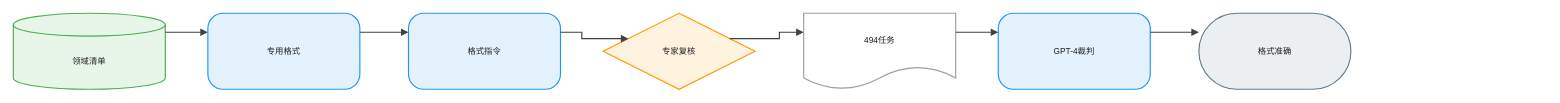
The draw.io diagram client/public/drawio/FOFO/FOFO.zh.drawio in joe1chief/benchmark-hub, before the edit. Source tidied: cells renumbered, new cells numbered last; positions are measured from the earlier drawing's top-left corner, leaving out a move shared by most shapes. Both pictures are drawn from the tidied source at 76%, with x=0, y=0 at pixel (13, 13).
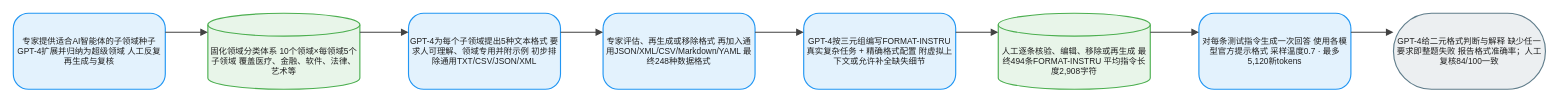
After the change.

Diff of the diagram source:
```diff
@@
 <mxGraphModel background="#FFFFFF">
   <root>
     <mxCell id="0" />
     <mxCell id="1" parent="0" />
-    <mxCell id="2" value="领域清单" style="shape=cylinder3;boundedLbl=1;backgroundOutline=1;size=15;html=1;whiteSpace=wrap;fillColor=#E8F5E9;strokeColor=#4CAF50;strokeWidth=1.5;fontColor=#212121;fontSize=11;fontFamily=Arial, Helvetica, sans-serif;verticalAlign=middle;align=center;" parent="1" vertex="1">
+    <mxCell id="2" value="专家提供适合AI智能体的子领域种子 GPT-4扩展并归纳为超级领域 人工反复再生成与复核" style="rounded=1;arcSize=20;html=1;whiteSpace=wrap;fillColor=#E3F2FD;strokeColor=#2196F3;strokeWidth=1.5;fontColor=#212121;fontSize=11;fontFamily=Arial, Helvetica, sans-serif;verticalAlign=middle;align=center;" parent="1" vertex="1">
       <mxGeometry width="200" height="100" as="geometry" />
     </mxCell>
-    <mxCell id="3" value="专用格式" style="rounded=1;arcSize=20;html=1;whiteSpace=wrap;fillColor=#E3F2FD;strokeColor=#2196F3;strokeWidth=1.5;fontColor=#212121;fontSize=11;fontFamily=Arial, Helvetica, sans-serif;verticalAlign=middle;align=center;" parent="1" vertex="1">
+    <mxCell id="3" value="固化领域分类体系 10个领域×每领域5个子领域 覆盖医疗、金融、软件、法律、艺术等" style="shape=cylinder3;boundedLbl=1;backgroundOutline=1;size=15;html=1;whiteSpace=wrap;fillColor=#E8F5E9;strokeColor=#4CAF50;strokeWidth=1.5;fontColor=#212121;fontSize=11;fontFamily=Arial, Helvetica, sans-serif;verticalAlign=middle;align=center;" parent="1" vertex="1">
       <mxGeometry x="256" width="200" height="100" as="geometry" />
     </mxCell>
-    <mxCell id="4" value="格式指令" style="rounded=1;arcSize=20;html=1;whiteSpace=wrap;fillColor=#E3F2FD;strokeColor=#2196F3;strokeWidth=1.5;fontColor=#212121;fontSize=11;fontFamily=Arial, Helvetica, sans-serif;verticalAlign=middle;align=center;" parent="1" vertex="1">
+    <mxCell id="4" value="GPT-4为每个子领域提出5种文本格式 要求人可理解、领域专用并附示例 初步排除通用TXT/CSV/JSON/XML" style="rounded=1;arcSize=20;html=1;whiteSpace=wrap;fillColor=#E3F2FD;strokeColor=#2196F3;strokeWidth=1.5;fontColor=#212121;fontSize=11;fontFamily=Arial, Helvetica, sans-serif;verticalAlign=middle;align=center;" parent="1" vertex="1">
       <mxGeometry x="520" width="200" height="100" as="geometry" />
     </mxCell>
-    <mxCell id="5" value="专家复核" style="rhombus;html=1;whiteSpace=wrap;fillColor=#FFF3E0;strokeColor=#FF9800;strokeWidth=1.5;fontColor=#212121;fontSize=11;fontFamily=Arial, Helvetica, sans-serif;verticalAlign=middle;align=center;" parent="1" vertex="1">
+    <mxCell id="5" value="专家评估、再生成或移除格式 再加入通用JSON/XML/CSV/Markdown/YAML 最终248种数据格式" style="rounded=1;arcSize=20;html=1;whiteSpace=wrap;fillColor=#E3F2FD;strokeColor=#2196F3;strokeWidth=1.5;fontColor=#212121;fontSize=11;fontFamily=Arial, Helvetica, sans-serif;verticalAlign=middle;align=center;" parent="1" vertex="1">
       <mxGeometry x="776" width="200" height="100" as="geometry" />
     </mxCell>
-    <mxCell id="6" value="494任务" style="shape=document;boundedLbl=1;html=1;whiteSpace=wrap;fillColor=#FFFFFF;strokeColor=#9E9E9E;strokeWidth=1.5;fontColor=#212121;fontSize=11;fontFamily=Arial, Helvetica, sans-serif;verticalAlign=middle;align=center;" parent="1" vertex="1">
+    <mxCell id="6" value="GPT-4按三元组编写FORMAT-INSTRU 真实复杂任务 + 精确格式配置 附虚拟上下文或允许补全缺失细节" style="rounded=1;arcSize=20;html=1;whiteSpace=wrap;fillColor=#E3F2FD;strokeColor=#2196F3;strokeWidth=1.5;fontColor=#212121;fontSize=11;fontFamily=Arial, Helvetica, sans-serif;verticalAlign=middle;align=center;" parent="1" vertex="1">
       <mxGeometry x="1040" width="200" height="100" as="geometry" />
     </mxCell>
-    <mxCell id="7" value="GPT-4裁判" style="rounded=1;arcSize=20;html=1;whiteSpace=wrap;fillColor=#E3F2FD;strokeColor=#2196F3;strokeWidth=1.5;fontColor=#212121;fontSize=11;fontFamily=Arial, Helvetica, sans-serif;verticalAlign=middle;align=center;" parent="1" vertex="1">
+    <mxCell id="7" value="人工逐条核验、编辑、移除或再生成 最终494条FORMAT-INSTRU 平均指令长度2,908字符" style="shape=cylinder3;boundedLbl=1;backgroundOutline=1;size=15;html=1;whiteSpace=wrap;fillColor=#E8F5E9;strokeColor=#4CAF50;strokeWidth=1.5;fontColor=#212121;fontSize=11;fontFamily=Arial, Helvetica, sans-serif;verticalAlign=middle;align=center;" parent="1" vertex="1">
       <mxGeometry x="1296" width="200" height="100" as="geometry" />
     </mxCell>
-    <mxCell id="8" value="格式准确" style="rounded=1;arcSize=50;html=1;whiteSpace=wrap;fillColor=#ECEFF1;strokeColor=#607D8B;strokeWidth=1.5;fontColor=#212121;fontSize=11;fontFamily=Arial, Helvetica, sans-serif;verticalAlign=middle;align=center;" parent="1" vertex="1">
+    <mxCell id="8" value="对每条测试指令生成一次回答 使用各模型官方提示格式 采样温度0.7 · 最多5,120新tokens" style="rounded=1;arcSize=20;html=1;whiteSpace=wrap;fillColor=#E3F2FD;strokeColor=#2196F3;strokeWidth=1.5;fontColor=#212121;fontSize=11;fontFamily=Arial, Helvetica, sans-serif;verticalAlign=middle;align=center;" parent="1" vertex="1">
       <mxGeometry x="1560" width="200" height="100" as="geometry" />
     </mxCell>
-    <mxCell id="9" style="edgeStyle=orthogonalEdgeStyle;rounded=0;jettySize=auto;html=1;strokeColor=#424242;strokeWidth=1.5;endArrow=block;endFill=1;exitX=1;exitY=0.25;exitDx=0;exitDy=0;entryX=0;entryY=0.25;entryDx=0;entryDy=0;jumpStyle=arc;jumpSize=8;" parent="1" edge="1" source="2" target="3">
-      <mxGeometry relative="1" as="geometry" />
+    <mxCell id="9" value="GPT-4给二元格式判断与解释 缺少任一要求即整题失败 报告格式准确率；人工复核84/100一致" style="rounded=1;arcSize=50;html=1;whiteSpace=wrap;fillColor=#ECEFF1;strokeColor=#607D8B;strokeWidth=1.5;fontColor=#212121;fontSize=11;fontFamily=Arial, Helvetica, sans-serif;verticalAlign=middle;align=center;" parent="1" vertex="1">
+      <mxGeometry x="1816" width="200" height="100" as="geometry" />
     </mxCell>
-    <mxCell id="10" style="edgeStyle=orthogonalEdgeStyle;rounded=0;jettySize=auto;html=1;strokeColor=#424242;strokeWidth=1.5;endArrow=block;endFill=1;exitX=1;exitY=0.25;exitDx=0;exitDy=0;entryX=0;entryY=0.25;entryDx=0;entryDy=0;jumpStyle=arc;jumpSize=8;" parent="1" edge="1" source="3" target="4">
+    <mxCell id="10" style="edgeStyle=orthogonalEdgeStyle;rounded=0;jettySize=auto;html=1;strokeColor=#424242;strokeWidth=1.5;endArrow=block;endFill=1;exitX=1;exitY=0.25;exitDx=0;exitDy=0;entryX=0;entryY=0.25;entryDx=0;entryDy=0;jumpStyle=arc;jumpSize=8;" parent="1" edge="1" source="2" target="3">
       <mxGeometry relative="1" as="geometry" />
     </mxCell>
-    <mxCell id="11" style="edgeStyle=orthogonalEdgeStyle;rounded=0;jettySize=auto;html=1;strokeColor=#424242;strokeWidth=1.5;endArrow=block;endFill=1;exitX=1;exitY=0.25;exitDx=0;exitDy=0;entryX=0;entryY=0.25;entryDx=0;entryDy=0;jumpStyle=arc;jumpSize=8;" parent="1" edge="1" source="4" target="5">
+    <mxCell id="11" style="edgeStyle=orthogonalEdgeStyle;rounded=0;jettySize=auto;html=1;strokeColor=#424242;strokeWidth=1.5;endArrow=block;endFill=1;exitX=1;exitY=0.25;exitDx=0;exitDy=0;entryX=0;entryY=0.25;entryDx=0;entryDy=0;jumpStyle=arc;jumpSize=8;" parent="1" edge="1" source="3" target="4">
       <mxGeometry relative="1" as="geometry" />
     </mxCell>
-    <mxCell id="12" style="edgeStyle=orthogonalEdgeStyle;rounded=0;jettySize=auto;html=1;strokeColor=#424242;strokeWidth=1.5;endArrow=block;endFill=1;exitX=1;exitY=0.25;exitDx=0;exitDy=0;entryX=0;entryY=0.25;entryDx=0;entryDy=0;jumpStyle=arc;jumpSize=8;" parent="1" edge="1" source="5" target="6">
+    <mxCell id="12" style="edgeStyle=orthogonalEdgeStyle;rounded=0;jettySize=auto;html=1;strokeColor=#424242;strokeWidth=1.5;endArrow=block;endFill=1;exitX=1;exitY=0.25;exitDx=0;exitDy=0;entryX=0;entryY=0.25;entryDx=0;entryDy=0;jumpStyle=arc;jumpSize=8;" parent="1" edge="1" source="4" target="5">
       <mxGeometry relative="1" as="geometry" />
     </mxCell>
-    <mxCell id="13" style="edgeStyle=orthogonalEdgeStyle;rounded=0;jettySize=auto;html=1;strokeColor=#424242;strokeWidth=1.5;endArrow=block;endFill=1;exitX=1;exitY=0.25;exitDx=0;exitDy=0;entryX=0;entryY=0.25;entryDx=0;entryDy=0;jumpStyle=arc;jumpSize=8;" parent="1" edge="1" source="6" target="7">
+    <mxCell id="13" style="edgeStyle=orthogonalEdgeStyle;rounded=0;jettySize=auto;html=1;strokeColor=#424242;strokeWidth=1.5;endArrow=block;endFill=1;exitX=1;exitY=0.25;exitDx=0;exitDy=0;entryX=0;entryY=0.25;entryDx=0;entryDy=0;jumpStyle=arc;jumpSize=8;" parent="1" edge="1" source="5" target="6">
       <mxGeometry relative="1" as="geometry" />
     </mxCell>
-    <mxCell id="14" style="edgeStyle=orthogonalEdgeStyle;rounded=0;jettySize=auto;html=1;strokeColor=#424242;strokeWidth=1.5;endArrow=block;endFill=1;exitX=1;exitY=0.25;exitDx=0;exitDy=0;entryX=0;entryY=0.25;entryDx=0;entryDy=0;jumpStyle=arc;jumpSize=8;" parent="1" edge="1" source="7" target="8">
+    <mxCell id="14" style="edgeStyle=orthogonalEdgeStyle;rounded=0;jettySize=auto;html=1;strokeColor=#424242;strokeWidth=1.5;endArrow=block;endFill=1;exitX=1;exitY=0.25;exitDx=0;exitDy=0;entryX=0;entryY=0.25;entryDx=0;entryDy=0;jumpStyle=arc;jumpSize=8;" parent="1" edge="1" source="6" target="7">
       <mxGeometry relative="1" as="geometry" />
     </mxCell>
+    <mxCell id="15" style="edgeStyle=orthogonalEdgeStyle;rounded=0;jettySize=auto;html=1;strokeColor=#424242;strokeWidth=1.5;endArrow=block;endFill=1;exitX=1;exitY=0.25;exitDx=0;exitDy=0;entryX=0;entryY=0.25;entryDx=0;entryDy=0;jumpStyle=arc;jumpSize=8;" parent="1" edge="1" source="7" target="8">
+      <mxGeometry relative="1" as="geometry" />
+    </mxCell>
+    <mxCell id="16" style="edgeStyle=orthogonalEdgeStyle;rounded=0;jettySize=auto;html=1;strokeColor=#424242;strokeWidth=1.5;endArrow=block;endFill=1;exitX=1;exitY=0.25;exitDx=0;exitDy=0;entryX=0;entryY=0.25;entryDx=0;entryDy=0;jumpStyle=arc;jumpSize=8;" parent="1" edge="1" source="8" target="9">
+      <mxGeometry relative="1" as="geometry" />
+    </mxCell>
   </root>
 </mxGraphModel>
```
